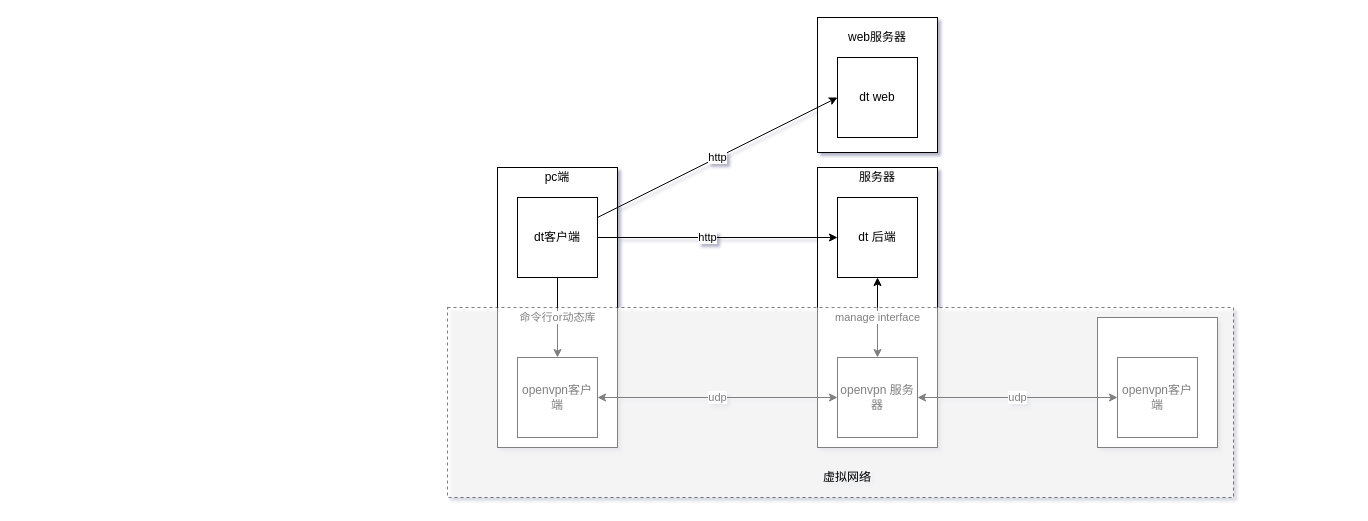
Before: dt.drawio in huhailong147/Test, a draw.io diagram. Source tidied: cells renumbered, new cells numbered last; positions are measured from the earlier drawing's top-left corner, leaving out a move shared by most shapes. Both pictures are drawn from the tidied source at 100%, with x=0, y=0 at pixel (447, 17).
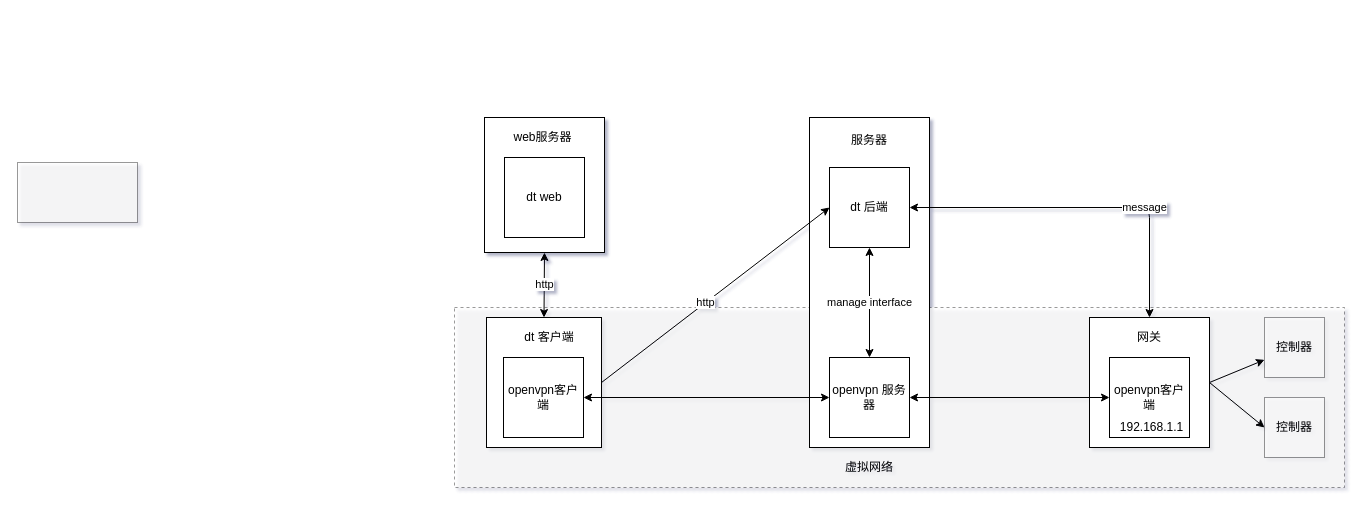
The same page after the edit.

What changed in the source:
```diff
@@
+    <mxCell id="22" style="rectangle;whiteSpace=wrap;html=1;align=center;dashed=1;opacity=40;" parent="1" vertex="1">
+      <mxGeometry x="7" y="290" width="890" height="180" as="geometry" />
+    </mxCell>
+    <mxCell id="24" style="rounded=0;whiteSpace=wrap;html=1;" parent="1" vertex="1">
+      <mxGeometry x="39" y="300" width="115" height="130" as="geometry" />
+    </mxCell>
     <mxCell id="2" style="rounded=0;whiteSpace=wrap;html=1;" parent="1" vertex="1">
-      <mxGeometry x="370" width="120" height="135" as="geometry" />
+      <mxGeometry x="37" y="100" width="120" height="135" as="geometry" />
     </mxCell>
     <mxCell id="3" style="rounded=0;whiteSpace=wrap;html=1;" parent="1" vertex="1">
-      <mxGeometry x="370" y="150" width="120" height="280" as="geometry" />
+      <mxGeometry x="362" y="100" width="120" height="330" as="geometry" />
     </mxCell>
-    <mxCell id="4" style="rounded=0;whiteSpace=wrap;html=1;" parent="1" vertex="1">
-      <mxGeometry x="50" y="150" width="120" height="280" as="geometry" />
-    </mxCell>
-    <mxCell id="5" value="dt客户端" style="whiteSpace=wrap;html=1;" parent="1" vertex="1">
-      <mxGeometry x="70" y="180" width="80" height="80" as="geometry" />
-    </mxCell>
     <mxCell id="6" value="dt web" style="whiteSpace=wrap;html=1;" parent="1" vertex="1">
-      <mxGeometry x="390" y="40" width="80" height="80" as="geometry" />
+      <mxGeometry x="57" y="140" width="80" height="80" as="geometry" />
     </mxCell>
     <mxCell id="7" value="dt 后端" style="whiteSpace=wrap;html=1;" parent="1" vertex="1">
-      <mxGeometry x="390" y="180" width="80" height="80" as="geometry" />
+      <mxGeometry x="382" y="150" width="80" height="80" as="geometry" />
     </mxCell>
     <mxCell id="8" value="openvpn 服务器" style="whiteSpace=wrap;html=1;" parent="1" vertex="1">
-      <mxGeometry x="390" y="340" width="80" height="80" as="geometry" />
+      <mxGeometry x="382" y="340" width="80" height="80" as="geometry" />
     </mxCell>
-    <mxCell id="9" value="openvpn客户端" style="whiteSpace=wrap;html=1;" parent="1" vertex="1">
-      <mxGeometry x="70" y="340" width="80" height="80" as="geometry" />
-    </mxCell>
-    <mxCell id="10" value="命令行or动态库" style="endArrow=classic;html=1;exitX=0.5;exitY=1;exitDx=0;exitDy=0;entryX=0.5;entryY=0;entryDx=0;entryDy=0;" parent="1" edge="1" source="5" target="9">
-      <mxGeometry relative="1" as="geometry" />
-    </mxCell>
-    <mxCell id="11" value="http" style="endArrow=classic;html=1;exitX=1;exitY=0.25;exitDx=0;exitDy=0;entryX=0;entryY=0.5;entryDx=0;entryDy=0;" parent="1" edge="1" source="5" target="6">
-      <mxGeometry relative="1" as="geometry" />
-    </mxCell>
-    <mxCell id="12" style="endArrow=classic;html=1;entryX=0;entryY=0.5;entryDx=0;entryDy=0;exitX=1;exitY=0.5;exitDx=0;exitDy=0;" parent="1" edge="1" source="5" target="7">
+    <mxCell id="12" style="endArrow=classic;html=1;entryX=0;entryY=0.5;entryDx=0;entryDy=0;exitX=1;exitY=0.5;exitDx=0;exitDy=0;" parent="1" edge="1" source="24" target="7">
       <mxGeometry relative="1" as="geometry" />
     </mxCell>
@@
-    <mxCell id="15" value="udp" style="endArrow=classic;startArrow=classic;html=1;entryX=0;entryY=0.5;entryDx=0;entryDy=0;" parent="1" edge="1" source="9" target="8">
-      <mxGeometry relative="1" as="geometry" />
-    </mxCell>
-    <mxCell id="16" value="pc端" style="text;html=1;strokeColor=none;fillColor=none;align=center;verticalAlign=middle;whiteSpace=wrap;rounded=0;" parent="1" vertex="1">
-      <mxGeometry x="90" y="150" width="40" height="20" as="geometry" />
-    </mxCell>
     <mxCell id="17" value="服务器" style="text;html=1;strokeColor=none;fillColor=none;align=center;verticalAlign=middle;whiteSpace=wrap;rounded=0;" parent="1" vertex="1">
-      <mxGeometry x="410" y="145" width="40" height="30" as="geometry" />
+      <mxGeometry x="402" y="107.5" width="40" height="30" as="geometry" />
     </mxCell>
     <mxCell id="18" style="rounded=0;whiteSpace=wrap;html=1;" parent="1" vertex="1">
-      <mxGeometry x="650" y="300" width="120" height="130" as="geometry" />
+      <mxGeometry x="642" y="300" width="120" height="130" as="geometry" />
     </mxCell>
     <mxCell id="19" value="openvpn客户端" style="whiteSpace=wrap;html=1;" parent="1" vertex="1">
-      <mxGeometry x="670" y="340" width="80" height="80" as="geometry" />
+      <mxGeometry x="662" y="340" width="80" height="80" as="geometry" />
     </mxCell>
     <mxCell id="20" value="web服务器" style="text;html=1;strokeColor=none;fillColor=none;align=center;verticalAlign=middle;whiteSpace=wrap;rounded=0;" parent="1" vertex="1">
-      <mxGeometry x="400" y="10" width="60" height="20" as="geometry" />
+      <mxGeometry x="63" y="110" width="65" height="20" as="geometry" />
     </mxCell>
-    <mxCell id="21" value="udp" style="endArrow=classic;startArrow=classic;html=1;exitX=1;exitY=0.5;exitDx=0;exitDy=0;" parent="1" edge="1" source="8" target="19">
-      <mxGeometry relative="1" as="geometry" />
-    </mxCell>
-    <mxCell id="22" style="rectangle;whiteSpace=wrap;html=1;align=center;dashed=1;opacity=50;" parent="1" vertex="1">
-      <mxGeometry y="290" width="786" height="190" as="geometry" />
-    </mxCell>
     <mxCell id="23" value="虚拟网络" style="text;html=1;strokeColor=none;fillColor=none;align=center;verticalAlign=middle;whiteSpace=wrap;rounded=0;fontColor=#000000;opacity=50;" parent="1" vertex="1">
-      <mxGeometry x="350" y="450" width="100" height="20" as="geometry" />
+      <mxGeometry x="372" y="440" width="100" height="20" as="geometry" />
     </mxCell>
+    <mxCell id="25" style="endArrow=classic;startArrow=classic;html=1;fontColor=#000000;entryX=1;entryY=0.5;entryDx=0;entryDy=0;" parent="1" edge="1" source="8" target="9">
+      <mxGeometry relative="1" as="geometry" />
+    </mxCell>
+    <mxCell id="26" style="endArrow=classic;startArrow=classic;html=1;fontColor=#000000;entryX=1;entryY=0.5;entryDx=0;entryDy=0;exitX=0;exitY=0.5;exitDx=0;exitDy=0;" parent="1" edge="1" source="19" target="8">
+      <mxGeometry relative="1" as="geometry" />
+    </mxCell>
+    <mxCell id="27" value="message" style="endArrow=classic;startArrow=classic;html=1;fontColor=#000000;exitX=1;exitY=0.5;exitDx=0;exitDy=0;entryX=0.5;entryY=0;entryDx=0;entryDy=0;" parent="1" edge="1" source="7" target="18">
+      <mxGeometry x="0.34" relative="1" as="geometry">
+        <Array as="points">
+          <mxPoint x="702" y="190" />
+        </Array>
+      </mxGeometry>
+    </mxCell>
+    <mxCell id="28" value="网关" style="text;html=1;strokeColor=none;fillColor=none;align=center;verticalAlign=middle;whiteSpace=wrap;rounded=0;" parent="1" vertex="1">
+      <mxGeometry x="672" y="310" width="60" height="20" as="geometry" />
+    </mxCell>
+    <mxCell id="29" value="控制器" style="whiteSpace=wrap;html=1;fontColor=#000000;opacity=40;" parent="1" vertex="1">
+      <mxGeometry x="817" y="300" width="60" height="60" as="geometry" />
+    </mxCell>
+    <mxCell id="30" style="endArrow=classic;html=1;fontColor=#000000;exitX=1;exitY=0.5;exitDx=0;exitDy=0;" parent="1" edge="1" source="18" target="29">
+      <mxGeometry relative="1" as="geometry" />
+    </mxCell>
+    <mxCell id="31" value="控制器" style="whiteSpace=wrap;html=1;fontColor=#000000;opacity=40;" parent="1" vertex="1">
+      <mxGeometry x="817" y="380" width="60" height="60" as="geometry" />
+    </mxCell>
+    <mxCell id="32" style="endArrow=classic;html=1;fontColor=#000000;exitX=1;exitY=0.5;exitDx=0;exitDy=0;entryX=0;entryY=0.5;entryDx=0;entryDy=0;" parent="1" edge="1" source="18" target="31">
+      <mxGeometry relative="1" as="geometry" />
+    </mxCell>
+    <mxCell id="33" value="192.168.1.1" style="text;html=1;strokeColor=none;fillColor=none;align=center;verticalAlign=middle;whiteSpace=wrap;rounded=0;fontColor=#000000;opacity=40;" parent="1" vertex="1">
+      <mxGeometry x="642" y="400" width="125" height="20" as="geometry" />
+    </mxCell>
+    <mxCell id="9" value="openvpn客户端" style="whiteSpace=wrap;html=1;" parent="1" vertex="1">
+      <mxGeometry x="56" y="340" width="80" height="80" as="geometry" />
+    </mxCell>
+    <mxCell id="34" value="dt 客户端" style="text;html=1;strokeColor=none;fillColor=none;align=center;verticalAlign=middle;whiteSpace=wrap;rounded=0;" parent="1" vertex="1">
+      <mxGeometry x="72" y="310" width="60" height="20" as="geometry" />
+    </mxCell>
+    <mxCell id="35" style="rounded=0;whiteSpace=wrap;html=1;fontColor=#000000;opacity=40;" parent="1" vertex="1">
+      <mxGeometry x="-430" y="145" width="120" height="60" as="geometry" />
+    </mxCell>
+    <mxCell id="11" value="http" style="endArrow=classic;startArrow=classic;html=1;fontColor=#000000;entryX=0.5;entryY=1;entryDx=0;entryDy=0;exitX=0.5;exitY=0;exitDx=0;exitDy=0;" parent="1" edge="1" source="24" target="2">
+      <mxGeometry relative="1" as="geometry" />
+    </mxCell>
```
